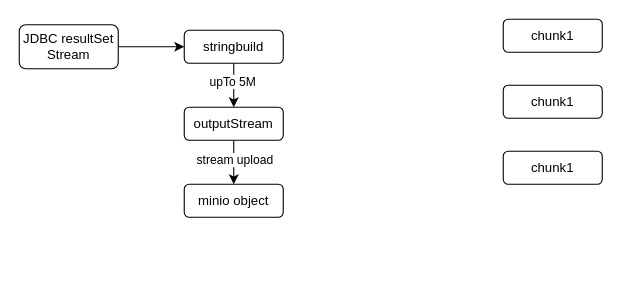
Earlier version of the draw.io diagram dataflow/minio_multi_upload.drawio (david-gao1/diagrams). Source tidied: cells renumbered, new cells numbered last; positions are measured from the earlier drawing's top-left corner, leaving out a move shared by most shapes. Both pictures are drawn from the tidied source at 110%, with x=0, y=0 at pixel (19, 19).
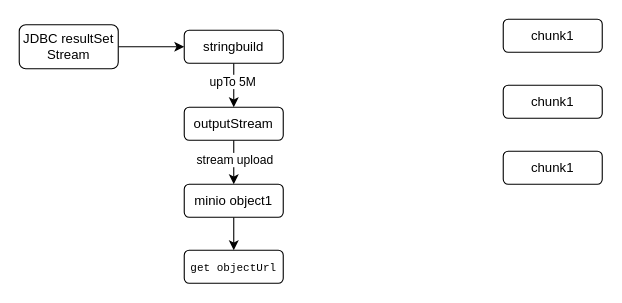
The same page after the edit.

Diff of the diagram source:
```diff
@@
 <mxGraphModel>
   <root>
     <mxCell id="0" />
     <mxCell id="1" parent="0" />
     <mxCell id="2" value="chunk1" style="rounded=1;whiteSpace=wrap;html=1;" parent="1" vertex="1">
       <mxGeometry x="440" width="90" height="30" as="geometry" />
     </mxCell>
     <mxCell id="3" value="chunk1" style="rounded=1;whiteSpace=wrap;html=1;" parent="1" vertex="1">
       <mxGeometry x="440" y="60" width="90" height="30" as="geometry" />
     </mxCell>
     <mxCell id="4" value="chunk1" style="rounded=1;whiteSpace=wrap;html=1;" parent="1" vertex="1">
       <mxGeometry x="440" y="120" width="90" height="30" as="geometry" />
     </mxCell>
     <mxCell id="5" style="edgeStyle=orthogonalEdgeStyle;rounded=0;jettySize=auto;html=1;entryX=0;entryY=0.5;entryDx=0;entryDy=0;" parent="1" edge="1" source="6" target="9">
       <mxGeometry relative="1" as="geometry" />
     </mxCell>
     <mxCell id="6" value="JDBC resultSet Stream" style="rounded=1;whiteSpace=wrap;html=1;" parent="1" vertex="1">
       <mxGeometry y="5" width="90" height="40" as="geometry" />
     </mxCell>
     <mxCell id="7" style="edgeStyle=orthogonalEdgeStyle;rounded=0;jettySize=auto;html=1;" parent="1" edge="1" source="9" target="12">
       <mxGeometry relative="1" as="geometry" />
     </mxCell>
     <mxCell id="8" value="upTo 5M" style="edgeLabel;html=1;align=center;verticalAlign=middle;" parent="7" vertex="1">
       <mxGeometry x="-0.21" y="-2" relative="1" as="geometry" />
     </mxCell>
     <mxCell id="9" value="stringbuild" style="rounded=1;whiteSpace=wrap;html=1;" parent="1" vertex="1">
       <mxGeometry x="150" y="10" width="90" height="30" as="geometry" />
     </mxCell>
     <mxCell id="10" style="edgeStyle=orthogonalEdgeStyle;rounded=0;jettySize=auto;html=1;" parent="1" edge="1" source="12" target="13">
       <mxGeometry relative="1" as="geometry" />
     </mxCell>
     <mxCell id="11" value="stream upload" style="edgeLabel;html=1;align=center;verticalAlign=middle;" parent="10" vertex="1">
       <mxGeometry x="-0.17" relative="1" as="geometry" />
     </mxCell>
     <mxCell id="12" value="outputStream" style="rounded=1;whiteSpace=wrap;html=1;" parent="1" vertex="1">
       <mxGeometry x="150" y="80" width="90" height="30" as="geometry" />
     </mxCell>
+    <mxCell id="14" style="edgeStyle=orthogonalEdgeStyle;rounded=0;jettySize=auto;html=1;" parent="1" edge="1" source="13" target="15">
+      <mxGeometry relative="1" as="geometry" />
+    </mxCell>
-    <mxCell id="13" value="minio object" style="rounded=1;whiteSpace=wrap;html=1;" parent="1" vertex="1">
+    <mxCell id="13" value="minio object1" style="rounded=1;whiteSpace=wrap;html=1;" parent="1" vertex="1">
       <mxGeometry x="150" y="150" width="90" height="30" as="geometry" />
     </mxCell>
+    <mxCell id="15" value="&lt;span style=&quot;font-family: &amp;quot;JetBrains Mono&amp;quot;, monospace; background-color: rgb(255, 255, 255);&quot;&gt;&lt;font style=&quot;font-size: 10px;&quot;&gt;get objectUrl&lt;/font&gt;&lt;/span&gt;" style="rounded=1;whiteSpace=wrap;html=1;" parent="1" vertex="1">
+      <mxGeometry x="150" y="210" width="90" height="30" as="geometry" />
+    </mxCell>
   </root>
 </mxGraphModel>
```
